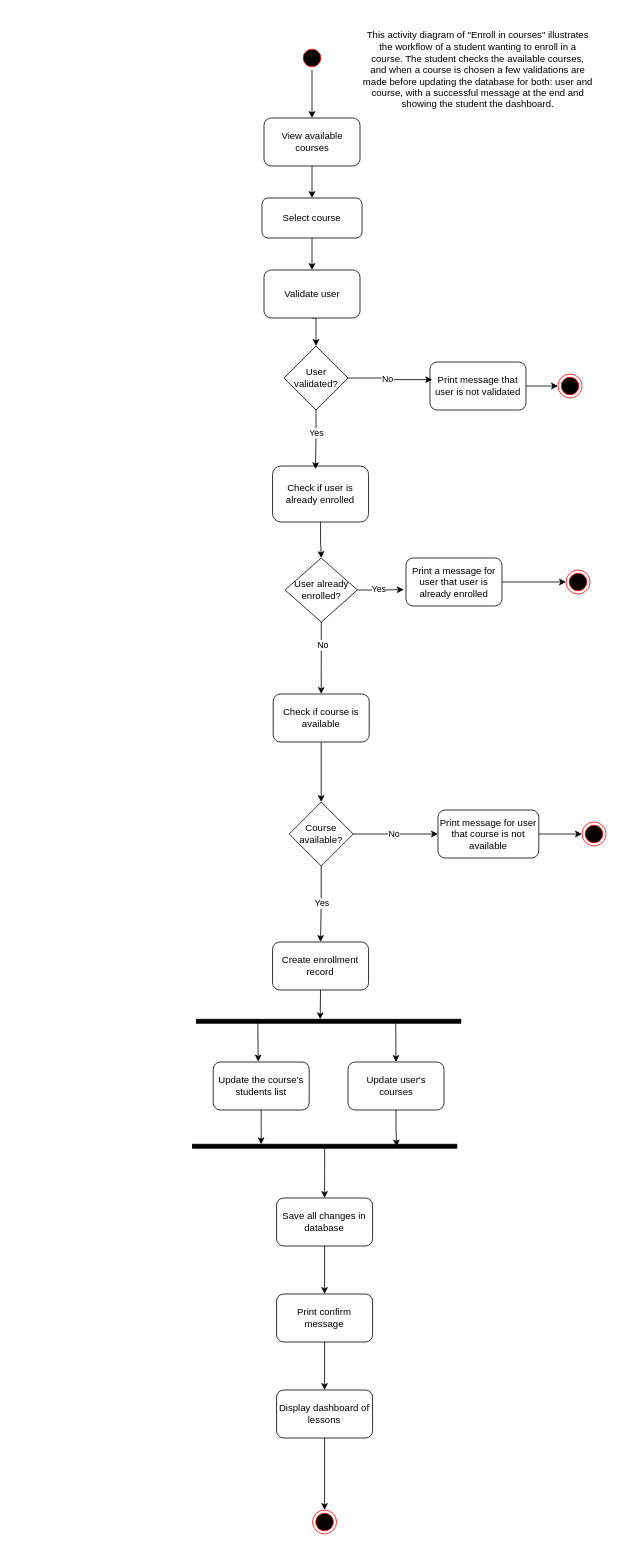
Earlier version of the draw.io diagram page "Page-1" (1 of 2) of activityDiagram.drawio (catray05/prog2_lab6). Source tidied: cells renumbered, new cells numbered last; positions are measured from the earlier drawing's top-left corner, leaving out a move shared by most shapes. Both pictures are drawn from the tidied source at 80%, with x=0, y=0 at pixel (213, 38).
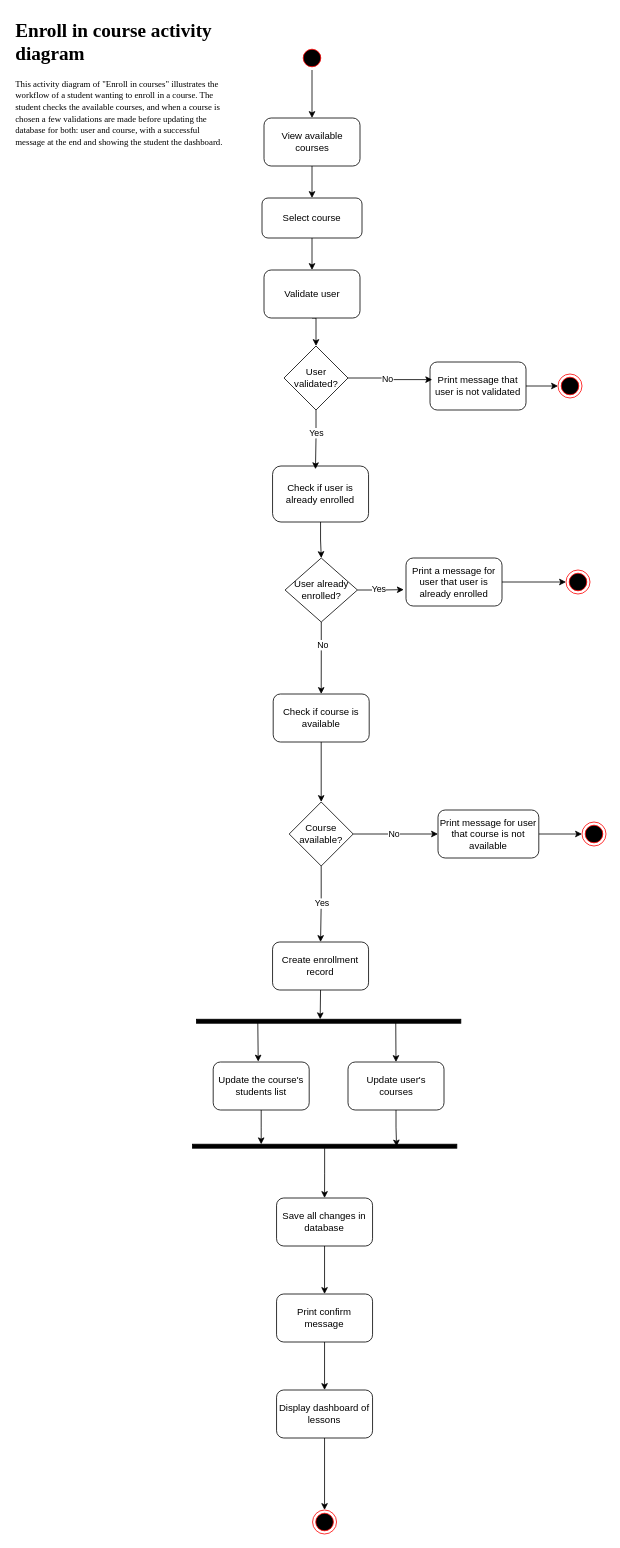
After the change.

What changed in the source:
```diff
@@
-    <mxCell id="56" value="This activity diagram of &quot;Enroll in courses&quot; illustrates the workflow of a student wanting to enroll in a course. The student checks the available courses, and when a course is chosen a few validations are made before updating the database for both: user and course, with a successful message at the end and showing the student the dashboard." style="text;html=1;whiteSpace=wrap;strokeColor=none;fillColor=none;align=center;verticalAlign=middle;rounded=0;" parent="1" vertex="1">
-      <mxGeometry x="186" width="290" height="80" as="geometry" />
-    </mxCell>
+    <mxCell id="57" value="&lt;h1 style=&quot;margin-top: 0px;&quot;&gt;&lt;font face=&quot;Times New Roman&quot;&gt;Enroll in course activity diagram&lt;/font&gt;&lt;/h1&gt;&lt;p&gt;&lt;span style=&quot;text-align: center;&quot;&gt;&lt;font face=&quot;Times New Roman&quot; style=&quot;font-size: 11px;&quot;&gt;This activity diagram of &quot;Enroll in courses&quot; illustrates the workflow of a student wanting to enroll in a course. The student checks the available courses, and when a course is chosen a few validations are made before updating the database for both: user and course, with a successful message at the end and showing the student the dashboard.&lt;/font&gt;&lt;/span&gt;&lt;/p&gt;" style="text;html=1;whiteSpace=wrap;overflow=hidden;rounded=0;" parent="1" vertex="1">
+      <mxGeometry x="-249" y="-30" width="270" height="200" as="geometry" />
+    </mxCell>
```
